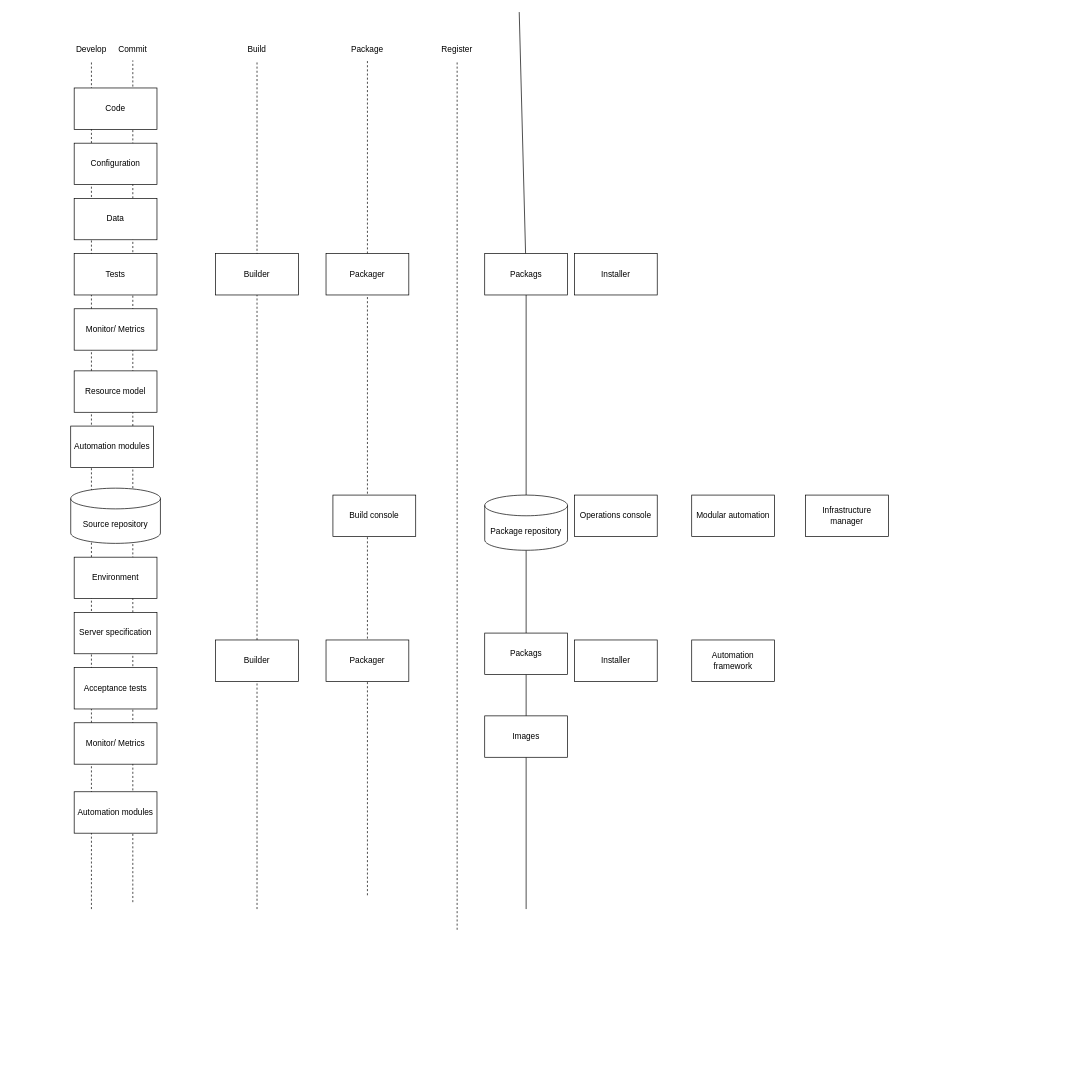
Above: Service-delivery-platform-design-pattern.drawio in coderTechJordan/Networking (draw.io), before the change. Source tidied: cells renumbered, new cells numbered last; positions are measured from the earlier drawing's top-left corner, leaving out a move shared by most shapes. Both pictures are drawn from the tidied source at 69%, with x=0, y=0 at pixel (70, 12).
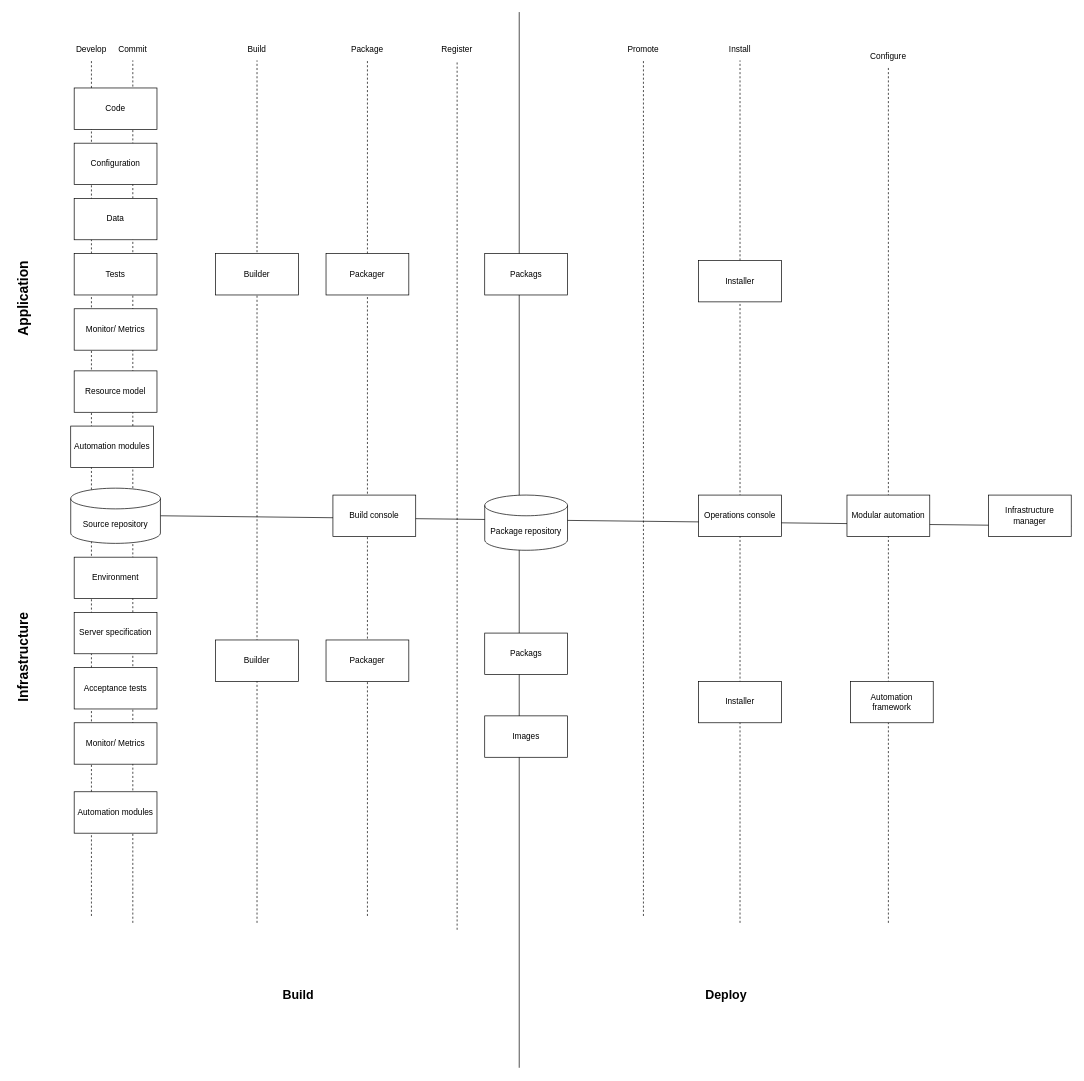
The same diagram, later.

The change refers to these unchanged cells:
```xml
<mxCell id="10" value="Source repository" style="shape=cylinder3;whiteSpace=wrap;html=1;boundedLbl=1;backgroundOutline=1;size=15;" parent="1" vertex="1">
  <mxGeometry y="690" width="130" height="80" as="geometry" />
</mxCell>
<mxCell id="15" value="Commit" style="text;html=1;strokeColor=none;fillColor=none;align=center;verticalAlign=middle;whiteSpace=wrap;rounded=0;" parent="1" vertex="1">
  <mxGeometry x="60" y="40" width="60" height="30" as="geometry" />
</mxCell>
<mxCell id="16" value="Develop" style="text;html=1;strokeColor=none;fillColor=none;align=center;verticalAlign=middle;whiteSpace=wrap;rounded=0;" parent="1" vertex="1">
  <mxGeometry y="40" width="60" height="30" as="geometry" />
</mxCell>
<mxCell id="33" value="Build" style="text;html=1;strokeColor=none;fillColor=none;align=center;verticalAlign=middle;whiteSpace=wrap;rounded=0;" parent="1" vertex="1">
  <mxGeometry x="240" y="40" width="60" height="30" as="geometry" />
</mxCell>
<mxCell id="34" value="Package" style="text;html=1;strokeColor=none;fillColor=none;align=center;verticalAlign=middle;whiteSpace=wrap;rounded=0;" parent="1" vertex="1">
  <mxGeometry x="400" y="40" width="60" height="30" as="geometry" />
</mxCell>
<mxCell id="38" value="Packags" style="rounded=0;whiteSpace=wrap;html=1;" parent="1" vertex="1">
  <mxGeometry x="600" y="350" width="120" height="60" as="geometry" />
</mxCell>
<mxCell id="40" value="Package repository" style="shape=cylinder3;whiteSpace=wrap;html=1;boundedLbl=1;backgroundOutline=1;size=15;" parent="1" vertex="1">
  <mxGeometry x="600" y="700" width="120" height="80" as="geometry" />
</mxCell>
<mxCell id="42" value="Packags" style="rounded=0;whiteSpace=wrap;html=1;" parent="1" vertex="1">
  <mxGeometry x="600" y="900" width="120" height="60" as="geometry" />
</mxCell>
<mxCell id="44" value="Images" style="rounded=0;whiteSpace=wrap;html=1;" parent="1" vertex="1">
  <mxGeometry x="600" y="1020" width="120" height="60" as="geometry" />
</mxCell>
```

The edit, as a diff of the source:
```diff
@@
-    <mxCell id="2" style="endArrow=none;html=1;rounded=0;" parent="1" edge="1" source="38">
-      <mxGeometry relative="1" as="geometry">
-        <mxPoint x="650" as="targetPoint" />
-      </mxGeometry>
-    </mxCell>
+    <mxCell id="45" style="endArrow=none;html=1;rounded=0;exitX=1;exitY=0.5;exitDx=0;exitDy=0;exitPerimeter=0;entryX=1;entryY=0.75;entryDx=0;entryDy=0;" parent="1" edge="1" source="10" target="31">
+      <mxGeometry relative="1" as="geometry" />
+    </mxCell>
+    <mxCell id="46" style="endArrow=none;dashed=1;html=1;rounded=0;entryX=0.5;entryY=1;entryDx=0;entryDy=0;" parent="1" edge="1" target="52">
+      <mxGeometry relative="1" as="geometry">
+        <mxPoint x="1185" y="1320" as="sourcePoint" />
+      </mxGeometry>
+    </mxCell>
+    <mxCell id="47" style="endArrow=none;dashed=1;html=1;rounded=0;entryX=0.5;entryY=1;entryDx=0;entryDy=0;" parent="1" edge="1" target="51">
+      <mxGeometry relative="1" as="geometry">
+        <mxPoint x="970" y="1320" as="sourcePoint" />
+      </mxGeometry>
+    </mxCell>
+    <mxCell id="48" style="endArrow=none;html=1;rounded=0;" parent="1" edge="1">
+      <mxGeometry relative="1" as="geometry">
+        <mxPoint x="650" y="1530" as="sourcePoint" />
+        <mxPoint x="650" as="targetPoint" />
+      </mxGeometry>
+    </mxCell>
     <mxCell id="3" style="endArrow=none;dashed=1;html=1;rounded=0;entryX=0.5;entryY=1;entryDx=0;entryDy=0;" parent="1" edge="1" target="34">
       <mxGeometry relative="1" as="geometry">
-        <mxPoint x="430" y="1280" as="sourcePoint" />
+        <mxPoint x="430" y="1310" as="sourcePoint" />
       </mxGeometry>
     </mxCell>
     <mxCell id="4" style="endArrow=none;dashed=1;html=1;rounded=0;entryX=0.5;entryY=1;entryDx=0;entryDy=0;" parent="1" edge="1" target="33">
       <mxGeometry relative="1" as="geometry">
-        <mxPoint x="270" y="1300" as="sourcePoint" />
+        <mxPoint x="270" y="1320" as="sourcePoint" />
       </mxGeometry>
     </mxCell>
     <mxCell id="5" style="endArrow=none;dashed=1;html=1;rounded=0;entryX=0.5;entryY=1;entryDx=0;entryDy=0;" parent="1" edge="1" target="15">
       <mxGeometry relative="1" as="geometry">
-        <mxPoint x="90" y="1290" as="sourcePoint" />
+        <mxPoint x="90" y="1320" as="sourcePoint" />
       </mxGeometry>
     </mxCell>
     <mxCell id="6" style="endArrow=none;dashed=1;html=1;rounded=0;entryX=0.5;entryY=1;entryDx=0;entryDy=0;" parent="1" edge="1" target="16">
       <mxGeometry relative="1" as="geometry">
-        <mxPoint x="30" y="1300" as="sourcePoint" />
+        <mxPoint x="30" y="1310" as="sourcePoint" />
       </mxGeometry>
     </mxCell>
@@
     <mxCell id="27" value="Installer" style="rounded=0;whiteSpace=wrap;html=1;" parent="1" vertex="1">
-      <mxGeometry x="730" y="350" width="120" height="60" as="geometry" />
+      <mxGeometry x="910" y="360" width="120" height="60" as="geometry" />
     </mxCell>
     <mxCell id="28" value="Operations console" style="rounded=0;whiteSpace=wrap;html=1;" parent="1" vertex="1">
-      <mxGeometry x="730" y="700" width="120" height="60" as="geometry" />
+      <mxGeometry x="910" y="700" width="120" height="60" as="geometry" />
     </mxCell>
     <mxCell id="29" value="Installer" style="rounded=0;whiteSpace=wrap;html=1;" parent="1" vertex="1">
-      <mxGeometry x="730" y="910" width="120" height="60" as="geometry" />
+      <mxGeometry x="910" y="970" width="120" height="60" as="geometry" />
     </mxCell>
     <mxCell id="30" value="Modular automation" style="rounded=0;whiteSpace=wrap;html=1;" parent="1" vertex="1">
-      <mxGeometry x="900" y="700" width="120" height="60" as="geometry" />
+      <mxGeometry x="1125" y="700" width="120" height="60" as="geometry" />
     </mxCell>
     <mxCell id="31" value="Infrastructure manager" style="rounded=0;whiteSpace=wrap;html=1;" parent="1" vertex="1">
-      <mxGeometry x="1065" y="700" width="120" height="60" as="geometry" />
+      <mxGeometry x="1330" y="700" width="120" height="60" as="geometry" />
     </mxCell>
     <mxCell id="32" value="Automation framework" style="rounded=0;whiteSpace=wrap;html=1;" parent="1" vertex="1">
-      <mxGeometry x="900" y="910" width="120" height="60" as="geometry" />
+      <mxGeometry x="1130" y="970" width="120" height="60" as="geometry" />
     </mxCell>
@@
-    <mxCell id="37" style="endArrow=none;html=1;rounded=0;" parent="1" edge="1" source="40" target="38">
-      <mxGeometry relative="1" as="geometry" />
-    </mxCell>
@@
-    <mxCell id="39" style="endArrow=none;html=1;rounded=0;" parent="1" edge="1" source="42" target="40">
-      <mxGeometry relative="1" as="geometry" />
-    </mxCell>
@@
-    <mxCell id="41" style="endArrow=none;html=1;rounded=0;" parent="1" edge="1" source="44" target="42">
-      <mxGeometry relative="1" as="geometry" />
-    </mxCell>
@@
-    <mxCell id="43" style="endArrow=none;html=1;rounded=0;" parent="1" edge="1" target="44">
-      <mxGeometry relative="1" as="geometry">
-        <mxPoint x="660" y="1300" as="sourcePoint" />
-      </mxGeometry>
-    </mxCell>
@@
+    <mxCell id="49" value="Promote" style="text;html=1;strokeColor=none;fillColor=none;align=center;verticalAlign=middle;whiteSpace=wrap;rounded=0;" parent="1" vertex="1">
+      <mxGeometry x="800" y="40" width="60" height="30" as="geometry" />
+    </mxCell>
+    <mxCell id="50" style="endArrow=none;dashed=1;html=1;rounded=0;entryX=0.5;entryY=1;entryDx=0;entryDy=0;" parent="1" edge="1" target="49">
+      <mxGeometry relative="1" as="geometry">
+        <mxPoint x="830" y="1310" as="sourcePoint" />
+      </mxGeometry>
+    </mxCell>
+    <mxCell id="51" value="Install" style="text;html=1;strokeColor=none;fillColor=none;align=center;verticalAlign=middle;whiteSpace=wrap;rounded=0;" parent="1" vertex="1">
+      <mxGeometry x="940" y="40" width="60" height="30" as="geometry" />
+    </mxCell>
+    <mxCell id="52" value="Configure" style="text;html=1;strokeColor=none;fillColor=none;align=center;verticalAlign=middle;whiteSpace=wrap;rounded=0;" parent="1" vertex="1">
+      <mxGeometry x="1155" y="50" width="60" height="30" as="geometry" />
+    </mxCell>
+    <mxCell id="53" value="&lt;b&gt;&lt;font style=&quot;font-size: 18px;&quot;&gt;Build&lt;/font&gt;&lt;/b&gt;" style="text;html=1;strokeColor=none;fillColor=none;align=center;verticalAlign=middle;whiteSpace=wrap;rounded=0;" parent="1" vertex="1">
+      <mxGeometry x="300" y="1410" width="60" height="30" as="geometry" />
+    </mxCell>
+    <mxCell id="54" value="&lt;b&gt;&lt;font style=&quot;font-size: 18px;&quot;&gt;Deploy&lt;/font&gt;&lt;/b&gt;" style="text;html=1;strokeColor=none;fillColor=none;align=center;verticalAlign=middle;whiteSpace=wrap;rounded=0;" parent="1" vertex="1">
+      <mxGeometry x="920" y="1410" width="60" height="30" as="geometry" />
+    </mxCell>
+    <mxCell id="55" value="&lt;b&gt;&lt;font style=&quot;font-size: 20px;&quot;&gt;Infrastructure&lt;/font&gt;&lt;/b&gt;" style="text;html=1;strokeColor=none;fillColor=none;align=center;verticalAlign=middle;whiteSpace=wrap;rounded=0;rotation=-90;" parent="1" vertex="1">
+      <mxGeometry x="-100" y="920" width="60" height="30" as="geometry" />
+    </mxCell>
+    <mxCell id="56" value="&lt;b&gt;&lt;font style=&quot;font-size: 20px;&quot;&gt;Application&lt;/font&gt;&lt;/b&gt;" style="text;html=1;strokeColor=none;fillColor=none;align=center;verticalAlign=middle;whiteSpace=wrap;rounded=0;rotation=-90;" parent="1" vertex="1">
+      <mxGeometry x="-100" y="400" width="60" height="30" as="geometry" />
+    </mxCell>
```
